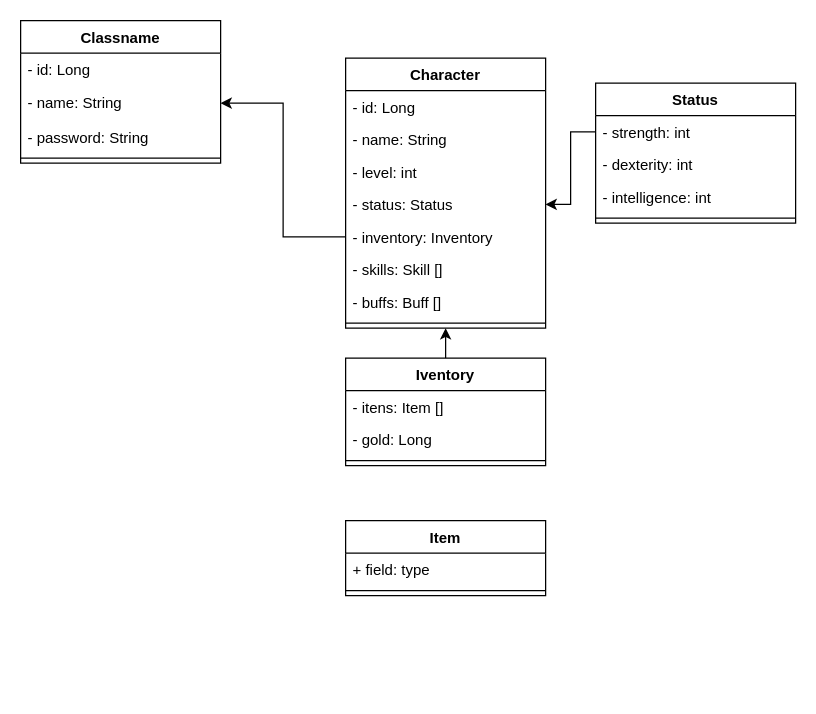
abiassantana1/mmorpg-api keeps this draw.io diagram as Diagrama sem nome.drawio. Above is the earlier version. Source tidied: cells renumbered, new cells numbered last; positions are measured from the earlier drawing's top-left corner, leaving out a move shared by most shapes. Both pictures are drawn from the tidied source at 125%, with x=0, y=0 at pixel (20, 20).
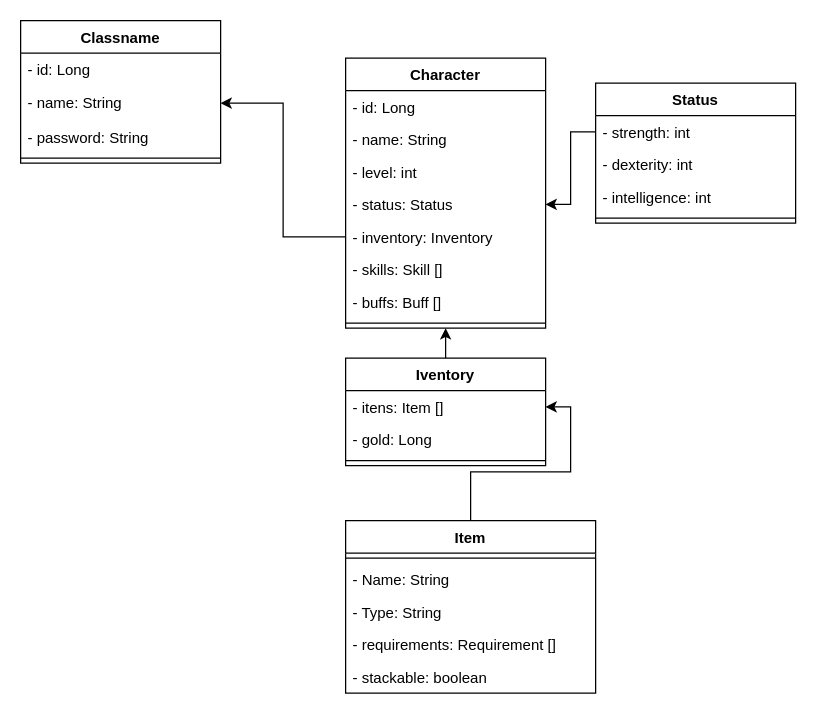
The same diagram, later.

Unchanged cells that the change refers to:
```xml
<mxCell id="23" value="- itens: Item []" style="text;strokeColor=none;fillColor=none;align=left;verticalAlign=top;spacingLeft=4;spacingRight=4;overflow=hidden;points=[[0,0.5],[1,0.5]];portConstraint=eastwest;" parent="22" vertex="1">
  <mxGeometry y="26" width="160" height="26" as="geometry" />
</mxCell>
```

What changed in the source:
```diff
@@
+    <mxCell id="31" style="edgeStyle=orthogonalEdgeStyle;rounded=0;jettySize=auto;html=1;entryX=1;entryY=0.5;entryDx=0;entryDy=0;" parent="1" edge="1" source="28" target="23">
+      <mxGeometry relative="1" as="geometry" />
+    </mxCell>
     <mxCell id="28" value="Item" style="swimlane;fontStyle=1;align=center;verticalAlign=top;horizontal=1;startSize=26;" parent="1" vertex="1">
-      <mxGeometry x="260" y="400" width="160" height="60" as="geometry" />
+      <mxGeometry x="260" y="400" width="200" height="138" as="geometry" />
     </mxCell>
+    <mxCell id="30" style="line;strokeWidth=1;fillColor=none;align=left;verticalAlign=middle;spacingTop=-1;spacingLeft=3;spacingRight=3;labelPosition=right;strokeColor=inherit;" parent="28" vertex="1">
+      <mxGeometry y="26" width="200" height="8" as="geometry" />
+    </mxCell>
-    <mxCell id="29" value="+ field: type" style="text;strokeColor=none;fillColor=none;align=left;verticalAlign=top;spacingLeft=4;spacingRight=4;overflow=hidden;" parent="28" vertex="1">
-      <mxGeometry y="26" width="160" height="26" as="geometry" />
+    <mxCell id="29" value="- Name: String" style="text;strokeColor=none;fillColor=none;align=left;verticalAlign=top;spacingLeft=4;spacingRight=4;overflow=hidden;" parent="28" vertex="1">
+      <mxGeometry y="34" width="200" height="26" as="geometry" />
     </mxCell>
-    <mxCell id="30" style="line;strokeWidth=1;fillColor=none;align=left;verticalAlign=middle;spacingTop=-1;spacingLeft=3;spacingRight=3;labelPosition=right;strokeColor=inherit;" parent="28" vertex="1">
-      <mxGeometry y="52" width="160" height="8" as="geometry" />
-    </mxCell>
+    <mxCell id="32" value="- Type: String" style="text;strokeColor=none;fillColor=none;align=left;verticalAlign=top;spacingLeft=4;spacingRight=4;overflow=hidden;" parent="28" vertex="1">
+      <mxGeometry y="60" width="200" height="26" as="geometry" />
+    </mxCell>
+    <mxCell id="33" value="- requirements: Requirement []" style="text;strokeColor=none;fillColor=none;align=left;verticalAlign=top;spacingLeft=4;spacingRight=4;overflow=hidden;" parent="28" vertex="1">
+      <mxGeometry y="86" width="200" height="26" as="geometry" />
+    </mxCell>
+    <mxCell id="34" value="- stackable: boolean" style="text;strokeColor=none;fillColor=none;align=left;verticalAlign=top;spacingLeft=4;spacingRight=4;overflow=hidden;" parent="28" vertex="1">
+      <mxGeometry y="112" width="200" height="26" as="geometry" />
+    </mxCell>
```
